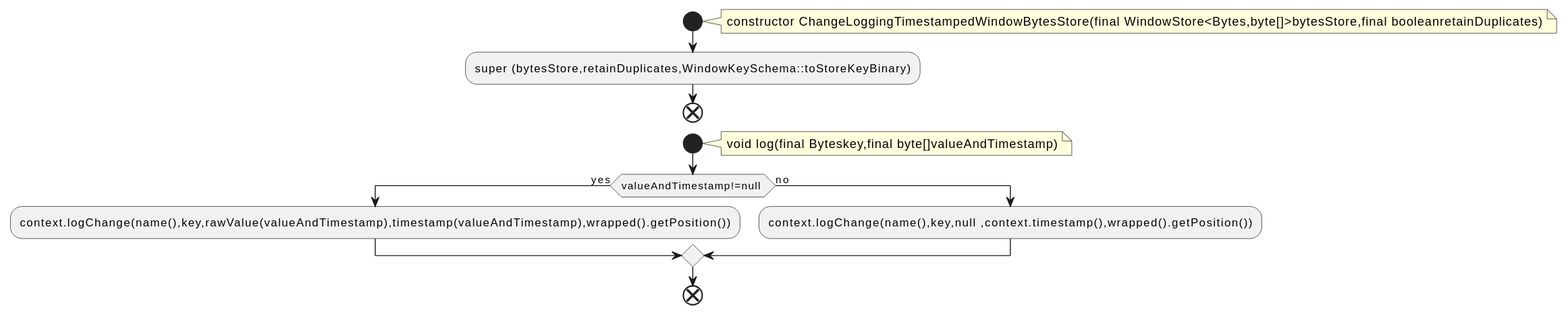
Before: docs/qc/streams/src/main/java/org/apache/kafka/streams/state/internals/ChangeLoggingTimestampedWindowBytesStore.java.fct.svg, a diagram exported from PlantUML (qualitesys/kafka). The source it was exported from:
```plantuml
@startuml
!pragma layout smetana
start
note right
constructor ChangeLoggingTimestampedWindowBytesStore(final WindowStore<Bytes,byte[]>bytesStore,final booleanretainDuplicates)
end note
:super (bytesStore,retainDuplicates,WindowKeySchema::toStoreKeyBinary);
end
start
note right
void log(final Byteskey,final byte[]valueAndTimestamp)
end note
if (valueAndTimestamp!=null ) then (yes)
:context.logChange(name(),key,rawValue(valueAndTimestamp),timestamp(valueAndTimestamp),wrapped().getPosition());
else (no)
:context.logChange(name(),key,null ,context.timestamp(),wrapped().getPosition());
endif
end
@enduml
```
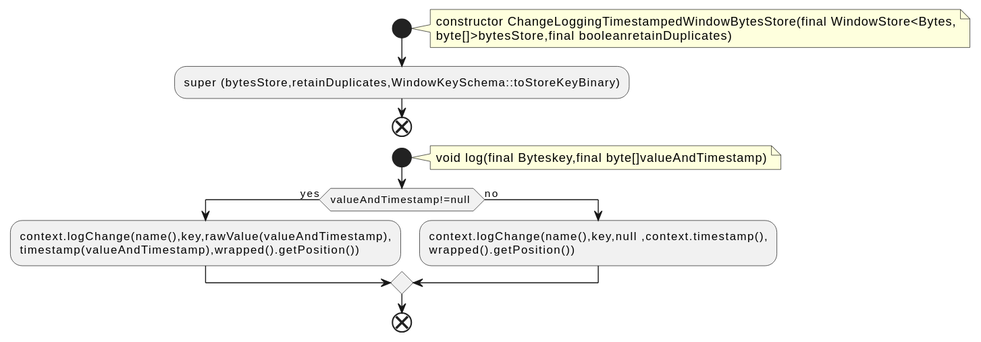
After the commit.

Diff of the diagram source:
```diff
@@ -2,7 +2,8 @@
 !pragma layout smetana
 start
 note right
-constructor ChangeLoggingTimestampedWindowBytesStore(final WindowStore<Bytes,byte[]>bytesStore,final booleanretainDuplicates)
+constructor ChangeLoggingTimestampedWindowBytesStore(final WindowStore<Bytes,
+byte[]>bytesStore,final booleanretainDuplicates)
 end note
 :super (bytesStore,retainDuplicates,WindowKeySchema::toStoreKeyBinary);
 end
@@ -11,9 +12,11 @@
 void log(final Byteskey,final byte[]valueAndTimestamp)
 end note
 if (valueAndTimestamp!=null ) then (yes)
-:context.logChange(name(),key,rawValue(valueAndTimestamp),timestamp(valueAndTimestamp),wrapped().getPosition());
+:context.logChange(name(),key,rawValue(valueAndTimestamp),
+timestamp(valueAndTimestamp),wrapped().getPosition());
 else (no)
-:context.logChange(name(),key,null ,context.timestamp(),wrapped().getPosition());
+:context.logChange(name(),key,null ,context.timestamp(),
+wrapped().getPosition());
 endif
 end
 @enduml
```
